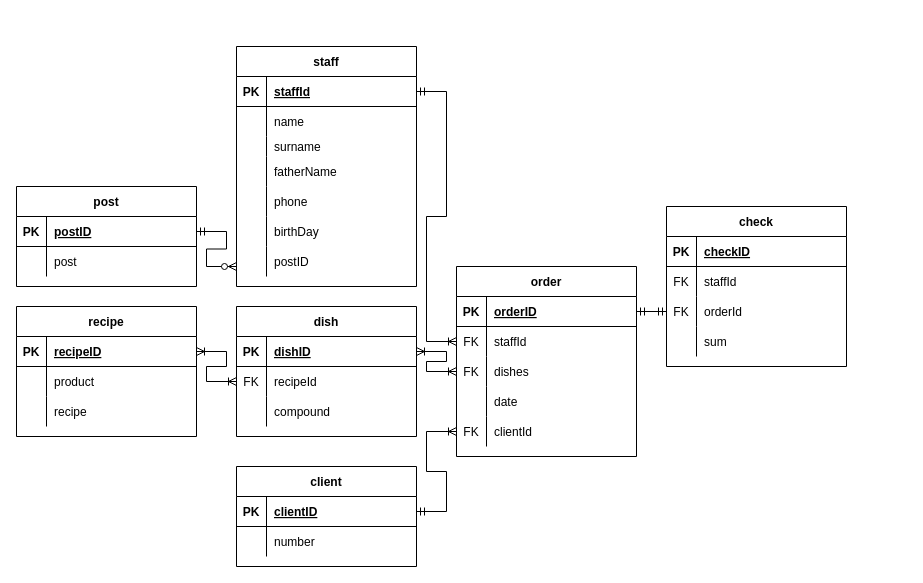
The draw.io diagram Untitled Diagram.drawio in 1DeMeNToR1/RocketModUpdater_32, before the edit. Source tidied: cells renumbered, new cells numbered last; positions are measured from the earlier drawing's top-left corner, leaving out a move shared by most shapes. Both pictures are drawn from the tidied source at 100%, with x=0, y=0 at pixel (16, 46).
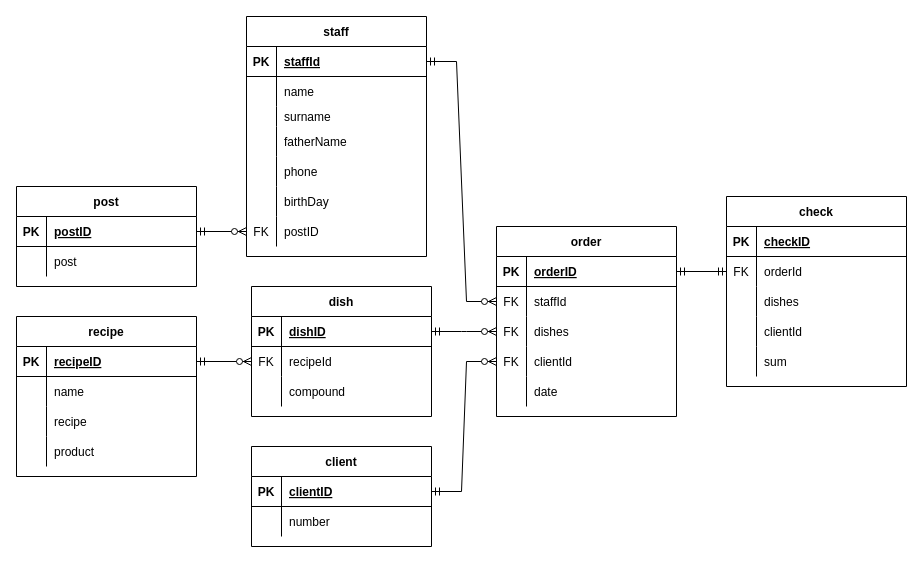
After the change.

Unchanged cells that the change refers to:
```xml
<mxCell id="3" style="shape=tableRow;horizontal=0;startSize=0;swimlaneHead=0;swimlaneBody=0;fillColor=none;points=[[0,0.5],[1,0.5]];portConstraint=eastwest;top=0;left=0;right=0;bottom=1;" parent="2" vertex="1">
  <mxGeometry y="30" width="180" height="30" as="geometry" />
</mxCell>
<mxCell id="21" style="shape=tableRow;horizontal=0;startSize=0;swimlaneHead=0;swimlaneBody=0;fillColor=none;points=[[0,0.5],[1,0.5]];portConstraint=eastwest;top=0;left=0;right=0;bottom=0;" parent="2" vertex="1">
  <mxGeometry y="200" width="180" height="30" as="geometry" />
</mxCell>
<mxCell id="25" style="shape=tableRow;horizontal=0;startSize=0;swimlaneHead=0;swimlaneBody=0;fillColor=none;points=[[0,0.5],[1,0.5]];portConstraint=eastwest;top=0;left=0;right=0;bottom=1;" parent="24" vertex="1">
  <mxGeometry y="30" width="180" height="30" as="geometry" />
</mxCell>
<mxCell id="46" style="shape=tableRow;horizontal=0;startSize=0;swimlaneHead=0;swimlaneBody=0;fillColor=none;points=[[0,0.5],[1,0.5]];portConstraint=eastwest;top=0;left=0;right=0;bottom=1;" parent="45" vertex="1">
  <mxGeometry y="30" width="180" height="30" as="geometry" />
</mxCell>
<mxCell id="56" style="shape=tableRow;horizontal=0;startSize=0;swimlaneHead=0;swimlaneBody=0;fillColor=none;points=[[0,0.5],[1,0.5]];portConstraint=eastwest;top=0;left=0;right=0;bottom=1;" parent="55" vertex="1">
  <mxGeometry y="30" width="180" height="30" as="geometry" />
</mxCell>
<mxCell id="59" style="shape=tableRow;horizontal=0;startSize=0;swimlaneHead=0;swimlaneBody=0;fillColor=none;points=[[0,0.5],[1,0.5]];portConstraint=eastwest;top=0;left=0;right=0;bottom=0;" parent="55" vertex="1">
  <mxGeometry y="60" width="180" height="30" as="geometry" />
</mxCell>
<mxCell id="66" style="shape=tableRow;horizontal=0;startSize=0;swimlaneHead=0;swimlaneBody=0;fillColor=none;points=[[0,0.5],[1,0.5]];portConstraint=eastwest;top=0;left=0;right=0;bottom=1;" parent="65" vertex="1">
  <mxGeometry y="30" width="180" height="30" as="geometry" />
</mxCell>
<mxCell id="76" style="shape=tableRow;horizontal=0;startSize=0;swimlaneHead=0;swimlaneBody=0;fillColor=none;points=[[0,0.5],[1,0.5]];portConstraint=eastwest;top=0;left=0;right=0;bottom=0;" parent="72" vertex="1">
  <mxGeometry y="60" width="180" height="30" as="geometry" />
</mxCell>
<mxCell id="79" style="shape=tableRow;horizontal=0;startSize=0;swimlaneHead=0;swimlaneBody=0;fillColor=none;points=[[0,0.5],[1,0.5]];portConstraint=eastwest;top=0;left=0;right=0;bottom=0;" parent="72" vertex="1">
  <mxGeometry y="90" width="180" height="30" as="geometry" />
</mxCell>
```

What changed in the source:
```diff
@@
     <mxCell id="2" value="staff" style="shape=table;startSize=30;childLayout=tableLayout;rowLines=0;fontStyle=1;align=center;" parent="1" vertex="1">
-      <mxGeometry x="220" width="180" height="240" as="geometry" />
+      <mxGeometry x="230" y="-30" width="180" height="240" as="geometry" />
     </mxCell>
@@
-    <mxCell id="22" style="shape=partialRectangle;fillColor=none;top=0;left=0;bottom=0;right=0;overflow=hidden;" parent="21" vertex="1">
+    <mxCell id="22" value="FK" style="shape=partialRectangle;fillColor=none;top=0;left=0;bottom=0;right=0;overflow=hidden;" parent="21" vertex="1">
       <mxGeometry width="30" height="30" as="geometry" />
     </mxCell>
@@
-    <mxCell id="31" style="edgeStyle=entityRelationEdgeStyle;fontSize=12;html=1;endArrow=ERzeroToMany;startArrow=ERmandOne;rounded=0;exitX=1;exitY=0.5;exitDx=0;exitDy=0;entryX=0;entryY=0.667;entryDx=0;entryDy=0;entryPerimeter=0;" parent="1" edge="1" source="25" target="21">
-      <mxGeometry relative="1" as="geometry" />
-    </mxCell>
     <mxCell id="32" value="check" style="shape=table;startSize=30;childLayout=tableLayout;rowLines=0;fontStyle=1;align=center;" parent="1" vertex="1">
-      <mxGeometry x="650" y="160" width="180" height="160" as="geometry" />
+      <mxGeometry x="710" y="150" width="180" height="190" as="geometry" />
     </mxCell>
@@
-    <mxCell id="36" style="shape=tableRow;horizontal=0;startSize=0;swimlaneHead=0;swimlaneBody=0;fillColor=none;top=0;left=0;right=0;bottom=0;" parent="32" vertex="1">
-      <mxGeometry y="60" width="180" height="30" as="geometry" />
-    </mxCell>
-    <mxCell id="37" value="FK" style="shape=partialRectangle;fillColor=none;top=0;left=0;bottom=0;right=0;overflow=hidden;" parent="36" vertex="1">
-      <mxGeometry width="30" height="30" as="geometry" />
-    </mxCell>
-    <mxCell id="38" value="staffId" style="shape=partialRectangle;fillColor=none;top=0;left=0;bottom=0;right=0;align=left;spacingLeft=6;overflow=hidden;" parent="36" vertex="1">
-      <mxGeometry x="30" width="150" height="30" as="geometry" />
-    </mxCell>
     <mxCell id="39" style="shape=tableRow;horizontal=0;startSize=0;swimlaneHead=0;swimlaneBody=0;fillColor=none;points=[[0,0.5],[1,0.5]];portConstraint=eastwest;top=0;left=0;right=0;bottom=0;" parent="32" vertex="1">
-      <mxGeometry y="90" width="180" height="30" as="geometry" />
+      <mxGeometry y="60" width="180" height="30" as="geometry" />
     </mxCell>
@@
     <mxCell id="42" style="shape=tableRow;horizontal=0;startSize=0;swimlaneHead=0;swimlaneBody=0;fillColor=none;top=0;left=0;right=0;bottom=0;" parent="32" vertex="1">
-      <mxGeometry y="120" width="180" height="30" as="geometry" />
+      <mxGeometry y="90" width="180" height="30" as="geometry" />
     </mxCell>
@@
-    <mxCell id="44" value="sum" style="shape=partialRectangle;fillColor=none;top=0;left=0;bottom=0;right=0;align=left;spacingLeft=6;overflow=hidden;" parent="42" vertex="1">
+    <mxCell id="44" value="dishes" style="shape=partialRectangle;fillColor=none;top=0;left=0;bottom=0;right=0;align=left;spacingLeft=6;overflow=hidden;" parent="42" vertex="1">
       <mxGeometry x="30" width="150" height="30" as="geometry" />
     </mxCell>
+    <mxCell id="93" style="shape=tableRow;horizontal=0;startSize=0;swimlaneHead=0;swimlaneBody=0;fillColor=none;top=0;left=0;right=0;bottom=0;" parent="32" vertex="1">
+      <mxGeometry y="120" width="180" height="30" as="geometry" />
+    </mxCell>
+    <mxCell id="94" style="shape=partialRectangle;fillColor=none;top=0;left=0;bottom=0;right=0;overflow=hidden;" parent="93" vertex="1">
+      <mxGeometry width="30" height="30" as="geometry" />
+    </mxCell>
+    <mxCell id="95" value="clientId" style="shape=partialRectangle;fillColor=none;top=0;left=0;bottom=0;right=0;align=left;spacingLeft=6;overflow=hidden;" parent="93" vertex="1">
+      <mxGeometry x="30" width="150" height="30" as="geometry" />
+    </mxCell>
+    <mxCell id="96" style="shape=tableRow;horizontal=0;startSize=0;swimlaneHead=0;swimlaneBody=0;fillColor=none;top=0;left=0;right=0;bottom=0;" parent="32" vertex="1">
+      <mxGeometry y="150" width="180" height="30" as="geometry" />
+    </mxCell>
+    <mxCell id="97" style="shape=partialRectangle;fillColor=none;top=0;left=0;bottom=0;right=0;overflow=hidden;" parent="96" vertex="1">
+      <mxGeometry width="30" height="30" as="geometry" />
+    </mxCell>
+    <mxCell id="98" value="sum" style="shape=partialRectangle;fillColor=none;top=0;left=0;bottom=0;right=0;align=left;spacingLeft=6;overflow=hidden;" parent="96" vertex="1">
+      <mxGeometry x="30" width="150" height="30" as="geometry" />
+    </mxCell>
     <mxCell id="45" value="recipe" style="shape=table;startSize=30;childLayout=tableLayout;rowLines=0;fontStyle=1;align=center;" parent="1" vertex="1">
-      <mxGeometry y="260" width="180" height="130" as="geometry" />
+      <mxGeometry y="270" width="180" height="160" as="geometry" />
     </mxCell>
@@
+    <mxCell id="36" style="shape=tableRow;horizontal=0;startSize=0;swimlaneHead=0;swimlaneBody=0;fillColor=none;top=0;left=0;right=0;bottom=0;" parent="45" vertex="1">
+      <mxGeometry y="60" width="180" height="30" as="geometry" />
+    </mxCell>
+    <mxCell id="99" style="shape=partialRectangle;fillColor=none;top=0;left=0;bottom=0;right=0;overflow=hidden;" parent="36" vertex="1">
+      <mxGeometry width="30" height="30" as="geometry" />
+    </mxCell>
+    <mxCell id="100" value="name" style="shape=partialRectangle;fillColor=none;top=0;left=0;bottom=0;right=0;align=left;spacingLeft=6;overflow=hidden;" parent="36" vertex="1">
+      <mxGeometry x="30" width="150" height="30" as="geometry" />
+    </mxCell>
+    <mxCell id="52" style="shape=tableRow;horizontal=0;startSize=0;swimlaneHead=0;swimlaneBody=0;fillColor=none;top=0;left=0;right=0;bottom=0;" parent="45" vertex="1">
+      <mxGeometry y="90" width="180" height="30" as="geometry" />
+    </mxCell>
+    <mxCell id="53" style="shape=partialRectangle;fillColor=none;top=0;left=0;bottom=0;right=0;overflow=hidden;" parent="52" vertex="1">
+      <mxGeometry width="30" height="30" as="geometry" />
+    </mxCell>
+    <mxCell id="54" value="recipe" style="shape=partialRectangle;fillColor=none;top=0;left=0;bottom=0;right=0;align=left;spacingLeft=6;overflow=hidden;" parent="52" vertex="1">
+      <mxGeometry x="30" width="150" height="30" as="geometry" />
+    </mxCell>
     <mxCell id="49" style="shape=tableRow;horizontal=0;startSize=0;swimlaneHead=0;swimlaneBody=0;fillColor=none;top=0;left=0;right=0;bottom=0;" parent="45" vertex="1">
-      <mxGeometry y="60" width="180" height="30" as="geometry" />
+      <mxGeometry y="120" width="180" height="30" as="geometry" />
     </mxCell>
@@
-    <mxCell id="52" style="shape=tableRow;horizontal=0;startSize=0;swimlaneHead=0;swimlaneBody=0;fillColor=none;top=0;left=0;right=0;bottom=0;" parent="45" vertex="1">
-      <mxGeometry y="90" width="180" height="30" as="geometry" />
-    </mxCell>
-    <mxCell id="53" style="shape=partialRectangle;fillColor=none;top=0;left=0;bottom=0;right=0;overflow=hidden;" parent="52" vertex="1">
-      <mxGeometry width="30" height="30" as="geometry" />
-    </mxCell>
-    <mxCell id="54" value="recipe" style="shape=partialRectangle;fillColor=none;top=0;left=0;bottom=0;right=0;align=left;spacingLeft=6;overflow=hidden;" parent="52" vertex="1">
-      <mxGeometry x="30" width="150" height="30" as="geometry" />
-    </mxCell>
     <mxCell id="55" value="dish" style="shape=table;startSize=30;childLayout=tableLayout;rowLines=0;fontStyle=1;align=center;" parent="1" vertex="1">
-      <mxGeometry x="220" y="260" width="180" height="130" as="geometry" />
+      <mxGeometry x="235" y="240" width="180" height="130" as="geometry" />
     </mxCell>
@@
     <mxCell id="65" value="client" style="shape=table;startSize=30;childLayout=tableLayout;rowLines=0;fontStyle=1;align=center;" parent="1" vertex="1">
-      <mxGeometry x="220" y="420" width="180" height="100" as="geometry" />
+      <mxGeometry x="235" y="400" width="180" height="100" as="geometry" />
     </mxCell>
@@
     <mxCell id="72" value="order" style="shape=table;startSize=30;childLayout=tableLayout;rowLines=0;fontStyle=1;align=center;" parent="1" vertex="1">
-      <mxGeometry x="440" y="220" width="180" height="190" as="geometry" />
+      <mxGeometry x="480" y="180" width="180" height="190" as="geometry" />
     </mxCell>
@@
+    <mxCell id="85" style="shape=tableRow;horizontal=0;startSize=0;swimlaneHead=0;swimlaneBody=0;fillColor=none;points=[[0,0.5],[1,0.5]];portConstraint=eastwest;top=0;left=0;right=0;bottom=0;" parent="72" vertex="1">
+      <mxGeometry y="120" width="180" height="30" as="geometry" />
+    </mxCell>
+    <mxCell id="86" value="FK" style="shape=partialRectangle;fillColor=none;top=0;left=0;bottom=0;right=0;overflow=hidden;" parent="85" vertex="1">
+      <mxGeometry width="30" height="30" as="geometry" />
+    </mxCell>
+    <mxCell id="87" value="clientId" style="shape=partialRectangle;fillColor=none;top=0;left=0;bottom=0;right=0;align=left;spacingLeft=6;overflow=hidden;" parent="85" vertex="1">
+      <mxGeometry x="30" width="150" height="30" as="geometry" />
+    </mxCell>
     <mxCell id="82" style="shape=tableRow;horizontal=0;startSize=0;swimlaneHead=0;swimlaneBody=0;fillColor=none;top=0;left=0;right=0;bottom=0;" parent="72" vertex="1">
-      <mxGeometry y="120" width="180" height="30" as="geometry" />
+      <mxGeometry y="150" width="180" height="30" as="geometry" />
     </mxCell>
@@
-    <mxCell id="85" style="shape=tableRow;horizontal=0;startSize=0;swimlaneHead=0;swimlaneBody=0;fillColor=none;points=[[0,0.5],[1,0.5]];portConstraint=eastwest;top=0;left=0;right=0;bottom=0;" parent="72" vertex="1">
-      <mxGeometry y="150" width="180" height="30" as="geometry" />
-    </mxCell>
-    <mxCell id="86" value="FK" style="shape=partialRectangle;fillColor=none;top=0;left=0;bottom=0;right=0;overflow=hidden;" parent="85" vertex="1">
-      <mxGeometry width="30" height="30" as="geometry" />
-    </mxCell>
-    <mxCell id="87" value="clientId" style="shape=partialRectangle;fillColor=none;top=0;left=0;bottom=0;right=0;align=left;spacingLeft=6;overflow=hidden;" parent="85" vertex="1">
-      <mxGeometry x="30" width="150" height="30" as="geometry" />
-    </mxCell>
-    <mxCell id="88" style="edgeStyle=entityRelationEdgeStyle;fontSize=12;html=1;endArrow=ERoneToMany;startArrow=ERoneToMany;rounded=0;entryX=0;entryY=0.5;entryDx=0;entryDy=0;exitX=1;exitY=0.5;exitDx=0;exitDy=0;" parent="1" edge="1" source="56" target="79">
-      <mxGeometry relative="1" as="geometry" />
-    </mxCell>
-    <mxCell id="89" style="edgeStyle=entityRelationEdgeStyle;fontSize=12;html=1;endArrow=ERoneToMany;startArrow=ERoneToMany;rounded=0;exitX=1;exitY=0.5;exitDx=0;exitDy=0;entryX=0;entryY=0.5;entryDx=0;entryDy=0;" parent="1" edge="1" source="46" target="59">
+    <mxCell id="89" style="edgeStyle=entityRelationEdgeStyle;fontSize=12;html=1;endArrow=ERzeroToMany;startArrow=ERmandOne;rounded=0;exitX=1;exitY=0.5;exitDx=0;exitDy=0;entryX=0;entryY=0.5;entryDx=0;entryDy=0;" parent="1" edge="1" source="46" target="59">
       <mxGeometry relative="1" as="geometry" />
     </mxCell>
+    <mxCell id="31" style="edgeStyle=entityRelationEdgeStyle;fontSize=12;html=1;endArrow=ERzeroToMany;startArrow=ERmandOne;rounded=0;entryX=0;entryY=0.5;entryDx=0;entryDy=0;exitX=1;exitY=0.5;exitDx=0;exitDy=0;" parent="1" edge="1" source="25" target="21">
+      <mxGeometry relative="1" as="geometry" />
+    </mxCell>
-    <mxCell id="90" style="edgeStyle=entityRelationEdgeStyle;fontSize=12;html=1;endArrow=ERoneToMany;startArrow=ERmandOne;rounded=0;exitX=1;exitY=0.5;exitDx=0;exitDy=0;entryX=0;entryY=0.5;entryDx=0;entryDy=0;" parent="1" edge="1" source="66" target="85">
+    <mxCell id="90" style="edgeStyle=entityRelationEdgeStyle;fontSize=12;html=1;endArrow=ERzeroToMany;startArrow=ERmandOne;rounded=0;exitX=1;exitY=0.5;exitDx=0;exitDy=0;entryX=0;entryY=0.5;entryDx=0;entryDy=0;" parent="1" edge="1" source="66" target="85">
       <mxGeometry relative="1" as="geometry" />
     </mxCell>
-    <mxCell id="91" style="edgeStyle=entityRelationEdgeStyle;fontSize=12;html=1;endArrow=ERoneToMany;startArrow=ERmandOne;rounded=0;exitX=1;exitY=0.5;exitDx=0;exitDy=0;entryX=0;entryY=0.5;entryDx=0;entryDy=0;" parent="1" edge="1" source="3" target="76">
+    <mxCell id="91" style="edgeStyle=entityRelationEdgeStyle;fontSize=12;html=1;endArrow=ERzeroToMany;startArrow=ERmandOne;rounded=0;exitX=1;exitY=0.5;exitDx=0;exitDy=0;entryX=0;entryY=0.5;entryDx=0;entryDy=0;" parent="1" edge="1" source="3" target="76">
       <mxGeometry relative="1" as="geometry" />
     </mxCell>
+    <mxCell id="88" style="edgeStyle=entityRelationEdgeStyle;fontSize=12;html=1;endArrow=ERzeroToMany;startArrow=ERmandOne;rounded=0;exitX=1;exitY=0.5;exitDx=0;exitDy=0;entryX=0;entryY=0.5;entryDx=0;entryDy=0;" parent="1" edge="1" source="56" target="79">
+      <mxGeometry relative="1" as="geometry" />
+    </mxCell>
```
